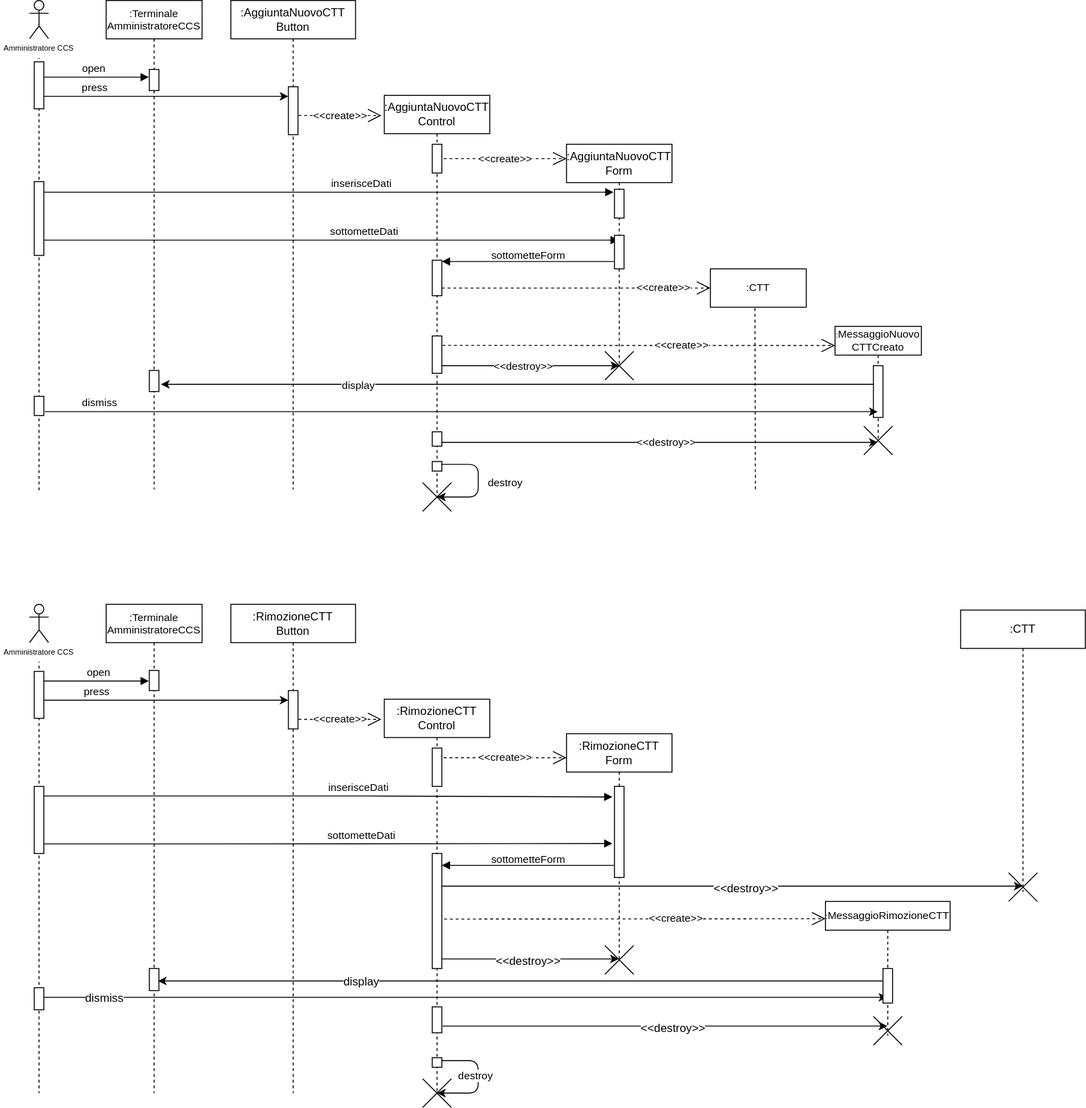
This is System Definition/Editabili/Sequence diagrams/.svg/AggiuntaRimozioneCTT.svg from MarcoRuta/Sistema-gestione-CCS-CTT-UnaRegione, a draw.io export, as it was before one commit. Source tidied: cells renumbered, new cells last; positions are measured from the earlier drawing's top-left corner, leaving out a move shared by most shapes.
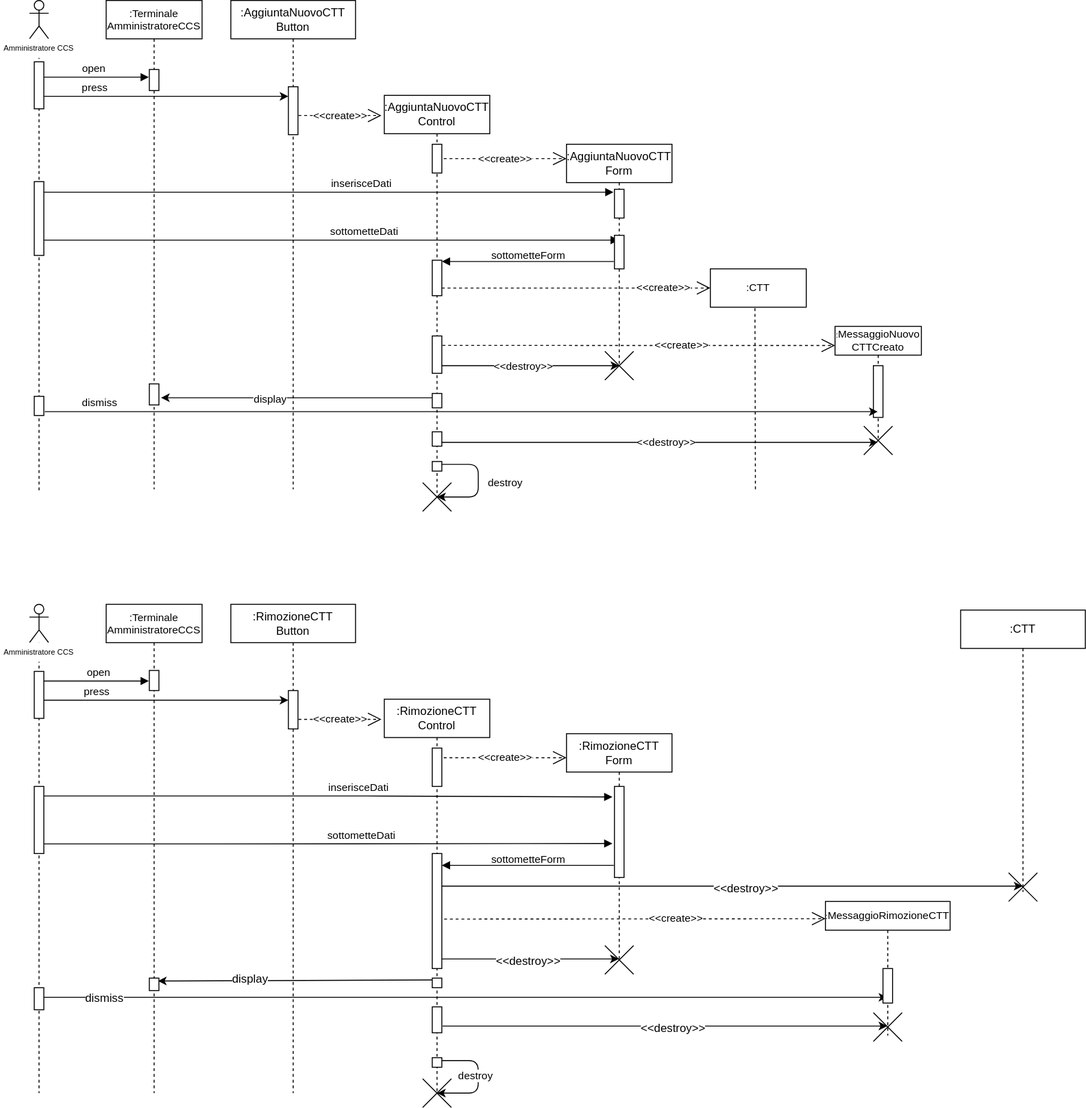
Above is the later version.

Change to the diagram source:
```diff
@@ -26,12 +26,12 @@
         <mxPoint x="-11.9" y="-4" as="offset" />
       </mxGeometry>
     </mxCell>
-    <mxCell id="7" style="endArrow=classic;html=1;labelBackgroundColor=none;fontSize=14;entryX=1.217;entryY=0.658;entryDx=0;entryDy=0;entryPerimeter=0;" parent="1" edge="1" source="37" target="17">
+    <mxCell id="7" style="endArrow=classic;html=1;labelBackgroundColor=none;fontSize=14;entryX=1.217;entryY=0.658;entryDx=0;entryDy=0;entryPerimeter=0;" parent="1" edge="1" source="24" target="17">
       <mxGeometry relative="1" as="geometry" />
     </mxCell>
     <mxCell id="8" value="&lt;font style=&quot;font-size: 11px&quot;&gt;display&lt;/font&gt;" style="edgeLabel;html=1;align=center;verticalAlign=middle;fontSize=14;" parent="7" vertex="1">
       <mxGeometry x="0.08" y="-3" relative="1" as="geometry">
-        <mxPoint x="-137.5" y="3" as="offset" />
+        <mxPoint x="-19" y="3" as="offset" />
       </mxGeometry>
     </mxCell>
     <mxCell id="9" value="&lt;font style=&quot;font-size: 11px&quot;&gt;&amp;lt;&amp;lt;create&lt;font style=&quot;font-size: 11px&quot;&gt;&amp;gt;&amp;gt;&lt;/font&gt;&lt;/font&gt;" style="endArrow=open;endSize=12;dashed=1;html=1;fontSize=8;exitX=1.067;exitY=0.832;exitDx=0;exitDy=0;exitPerimeter=0;" parent="1" edge="1">
@@ -84,7 +84,7 @@
       <mxGeometry x="45" y="72" width="10" height="22" as="geometry" />
     </mxCell>
     <mxCell id="17" style="points=[];perimeter=orthogonalPerimeter;rounded=0;shadow=0;strokeWidth=1;" parent="15" vertex="1">
-      <mxGeometry x="45" y="386" width="10" height="22" as="geometry" />
+      <mxGeometry x="45" y="400" width="10" height="22" as="geometry" />
     </mxCell>
     <mxCell id="18" style="shape=umlLifeline;participant=umlActor;perimeter=lifelinePerimeter;whiteSpace=wrap;html=1;verticalAlign=top;spacingTop=36;outlineConnect=0;size=40;" parent="1" vertex="1">
       <mxGeometry x="30" width="20" height="514" as="geometry" />
@@ -158,14 +158,14 @@
     <mxCell id="38" style="shape=umlDestroy;fillColor=#ffffff;fontSize=8;" parent="36" vertex="1">
       <mxGeometry x="30" y="104" width="30" height="30" as="geometry" />
     </mxCell>
-    <mxCell id="39" style="endArrow=classic;html=1;labelBackgroundColor=none;fontSize=14;" parent="1" edge="1" source="71">
+    <mxCell id="39" style="endArrow=classic;html=1;labelBackgroundColor=none;fontSize=14;exitX=0.164;exitY=0.191;exitDx=0;exitDy=0;exitPerimeter=0;" parent="1" edge="1" source="94">
       <mxGeometry relative="1" as="geometry">
         <mxPoint x="164" y="1023" as="targetPoint" />
       </mxGeometry>
     </mxCell>
     <mxCell id="40" value="display" style="edgeLabel;html=1;align=center;verticalAlign=middle;fontSize=12;" parent="39" vertex="1">
       <mxGeometry x="0.08" y="-3" relative="1" as="geometry">
-        <mxPoint x="-137.5" y="3" as="offset" />
+        <mxPoint x="-37" y="1" as="offset" />
       </mxGeometry>
     </mxCell>
     <mxCell id="41" value="&lt;font style=&quot;font-size: 11px&quot;&gt;&amp;lt;&amp;lt;create&lt;font style=&quot;font-size: 11px&quot;&gt;&amp;gt;&amp;gt;&lt;/font&gt;&lt;/font&gt;" style="endArrow=open;endSize=12;dashed=1;html=1;fontSize=8;exitX=1.245;exitY=0.57;exitDx=0;exitDy=0;exitPerimeter=0;" parent="1" edge="1" source="73">
@@ -216,7 +216,7 @@
       <mxGeometry x="45" y="69" width="10" height="21" as="geometry" />
     </mxCell>
     <mxCell id="49" style="perimeter=orthogonalPerimeter;rounded=0;shadow=0;strokeWidth=1;" parent="47" vertex="1">
-      <mxGeometry x="45" y="380" width="10" height="23" as="geometry" />
+      <mxGeometry x="45" y="390" width="10" height="13" as="geometry" />
     </mxCell>
     <mxCell id="50" style="shape=umlLifeline;participant=umlActor;perimeter=lifelinePerimeter;whiteSpace=wrap;html=1;verticalAlign=top;spacingTop=36;outlineConnect=0;size=40;" parent="1" vertex="1">
       <mxGeometry x="30" y="630" width="20" height="510" as="geometry" />
@@ -302,7 +302,7 @@
       <mxGeometry x="60" y="70" width="10" height="36" as="geometry" />
     </mxCell>
     <mxCell id="72" style="shape=umlDestroy;fillColor=#ffffff;fontSize=8;" parent="70" vertex="1">
-      <mxGeometry x="50" y="120" width="30" height="30" as="geometry" />
+      <mxGeometry x="50" y="116" width="30" height="30" as="geometry" />
     </mxCell>
     <mxCell id="73" style="points=[];perimeter=orthogonalPerimeter;rounded=0;shadow=0;strokeWidth=1;" parent="1" vertex="1">
       <mxGeometry x="450" y="890" width="10" height="120" as="geometry" />
@@ -397,5 +397,11 @@
         <mxPoint x="786.5" y="320" as="targetPoint" />
       </mxGeometry>
     </mxCell>
+    <mxCell id="93" style="perimeter=orthogonalPerimeter;rounded=0;shadow=0;strokeWidth=1;" parent="1" vertex="1">
+      <mxGeometry x="450" y="410" width="10" height="15" as="geometry" />
+    </mxCell>
+    <mxCell id="94" style="points=[];perimeter=orthogonalPerimeter;rounded=0;shadow=0;strokeWidth=1;" parent="1" vertex="1">
+      <mxGeometry x="450" y="1020" width="10" height="10" as="geometry" />
+    </mxCell>
   </root>
 </mxGraphModel>
```
